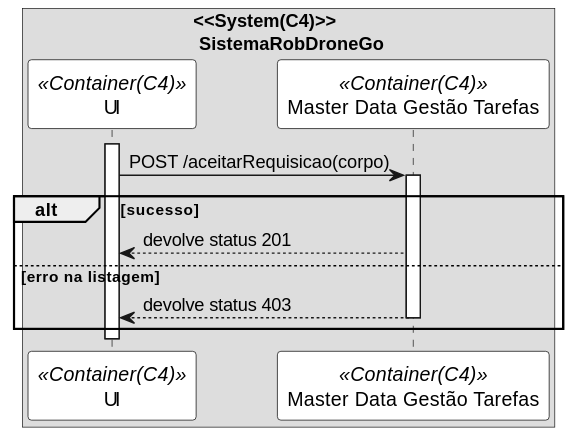
SlimJesus25/SEM5_PI keeps this PlantUML diagram as docs/use_cases/Sprint C/UC470/vp2a.svg. Above is the earlier version.
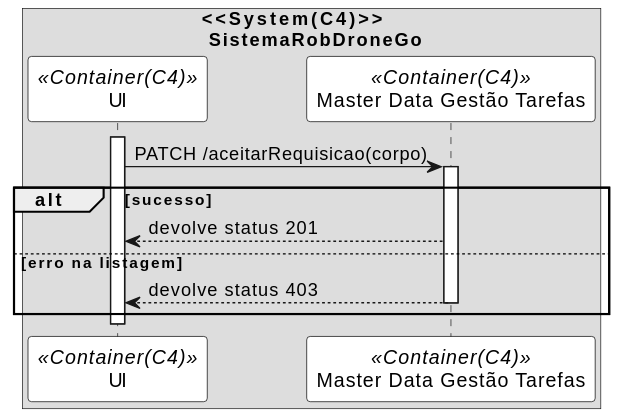
After the commit.

Change to the diagram source:
```diff
@@ -9,7 +9,7 @@
 participant UI as ui <<Container(C4)>>
 participant "Master Data Gestão Tarefas" as mdgt <<Container(C4)>>
 activate ui
-ui -> mdgt: POST /aceitarRequisicao(corpo)
+ui -> mdgt: PATCH /aceitarRequisicao(corpo)
 activate mdgt
 alt sucesso
 mdgt --> ui: devolve status 201
```
